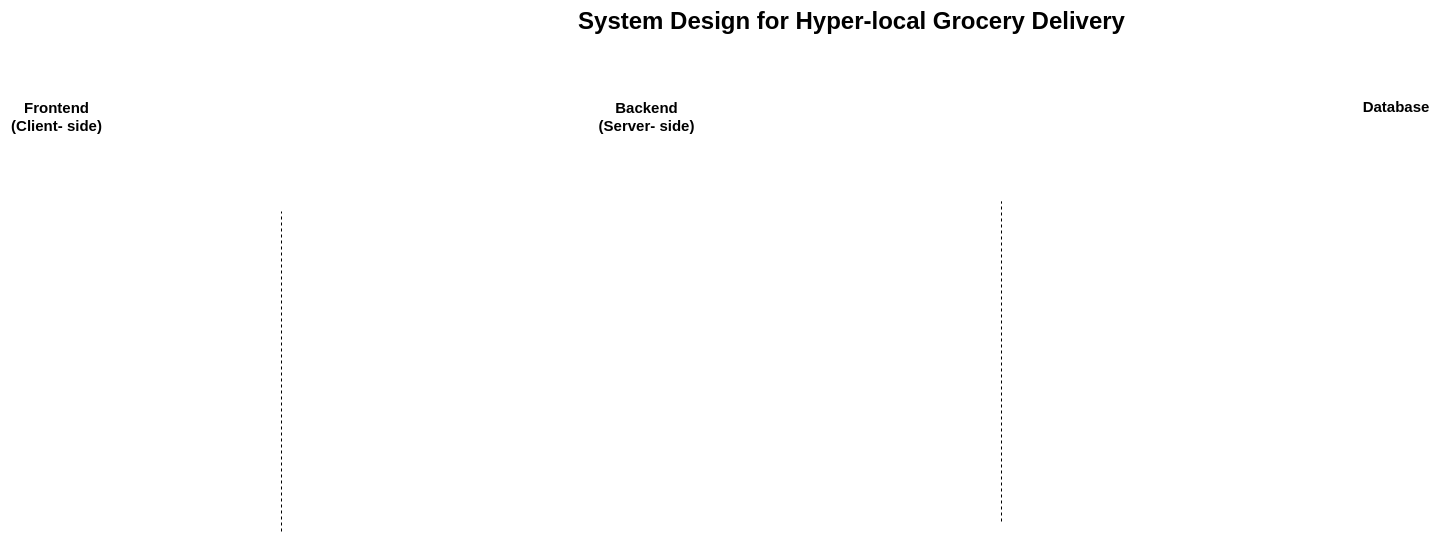
Before: mytask.drawio.png, a diagram exported from draw.io (rushikesh-mallanath/draw). Source tidied: cells renumbered, new cells last; positions are measured from the earlier drawing's top-left corner, leaving out a move shared by most shapes.
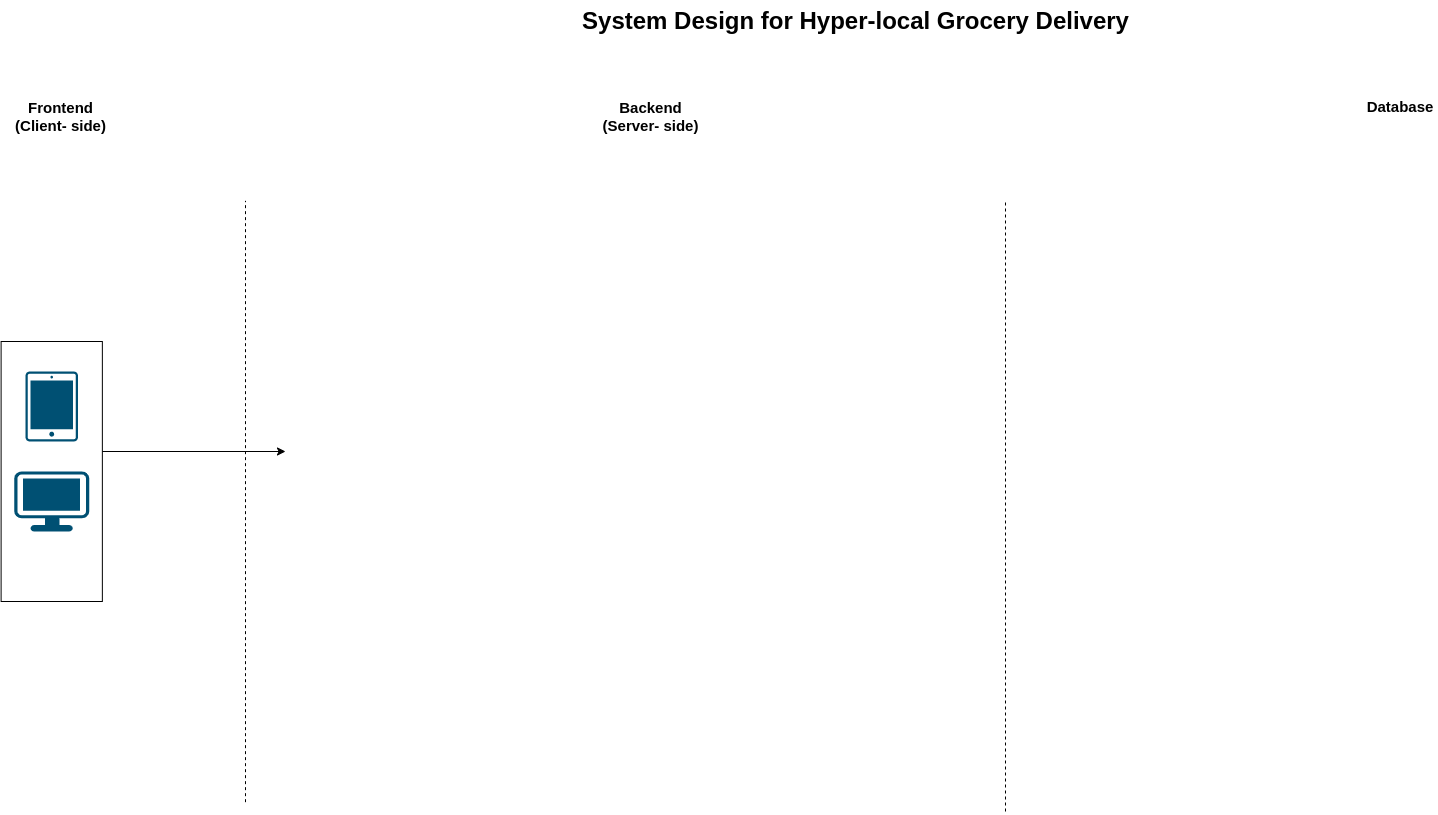
Above is the later version.

What changed in the source:
```diff
@@ -2,19 +2,22 @@
   <root>
     <mxCell id="0" />
     <mxCell id="1" parent="0" />
+    <mxCell id="8" style="whiteSpace=wrap;html=1;direction=south;labelBackgroundColor=none;" parent="1" vertex="1">
+      <mxGeometry x="-4.4" y="340" width="101.2" height="260" as="geometry" />
+    </mxCell>
     <mxCell id="2" style="endArrow=none;dashed=1;html=1;rounded=0;" parent="1" edge="1">
       <mxGeometry relative="1" as="geometry">
-        <mxPoint x="280" y="530" as="sourcePoint" />
-        <mxPoint x="280" y="210" as="targetPoint" />
+        <mxPoint x="240" y="800.7" as="sourcePoint" />
+        <mxPoint x="240" y="199.3" as="targetPoint" />
         <Array as="points">
-          <mxPoint x="280" y="380" />
-          <mxPoint x="280" y="280" />
+          <mxPoint x="240" y="369.3" />
+          <mxPoint x="240" y="269.3" />
         </Array>
       </mxGeometry>
     </mxCell>
     <mxCell id="3" style="endArrow=none;dashed=1;html=1;rounded=0;" parent="1" edge="1">
       <mxGeometry relative="1" as="geometry">
-        <mxPoint x="1000" y="520" as="sourcePoint" />
+        <mxPoint x="1000" y="810" as="sourcePoint" />
         <mxPoint x="1000" y="200" as="targetPoint" />
       </mxGeometry>
     </mxCell>
@@ -30,5 +33,17 @@
     <mxCell id="7" value="&lt;b style=&quot;font-size: 15px;&quot;&gt;Database&lt;/b&gt;" style="text;whiteSpace=wrap;html=1;align=center;fontSize=15;" parent="1" vertex="1">
       <mxGeometry x="1360" y="90" width="70" height="40" as="geometry" />
     </mxCell>
+    <mxCell id="9" style="sketch=0;verticalLabelPosition=bottom;html=1;verticalAlign=top;align=center;shape=mxgraph.cisco19.handheld;fillColor=#005073;strokeColor=none;" parent="1" vertex="1">
+      <mxGeometry x="20" y="370" width="52.5" height="70" as="geometry" />
+    </mxCell>
+    <mxCell id="10" style="verticalLabelPosition=bottom;sketch=0;html=1;verticalAlign=top;align=center;shape=mxgraph.cisco19.workstation;fillColor=#005073;strokeColor=none;" parent="1" vertex="1">
+      <mxGeometry x="8.8" y="470" width="75" height="60" as="geometry" />
+    </mxCell>
+    <mxCell id="11" style="endArrow=classic;html=1;rounded=0;" parent="1" edge="1">
+      <mxGeometry relative="1" as="geometry">
+        <mxPoint x="96.9" y="450" as="sourcePoint" />
+        <mxPoint x="280" y="450" as="targetPoint" />
+      </mxGeometry>
+    </mxCell>
   </root>
 </mxGraphModel>
```
